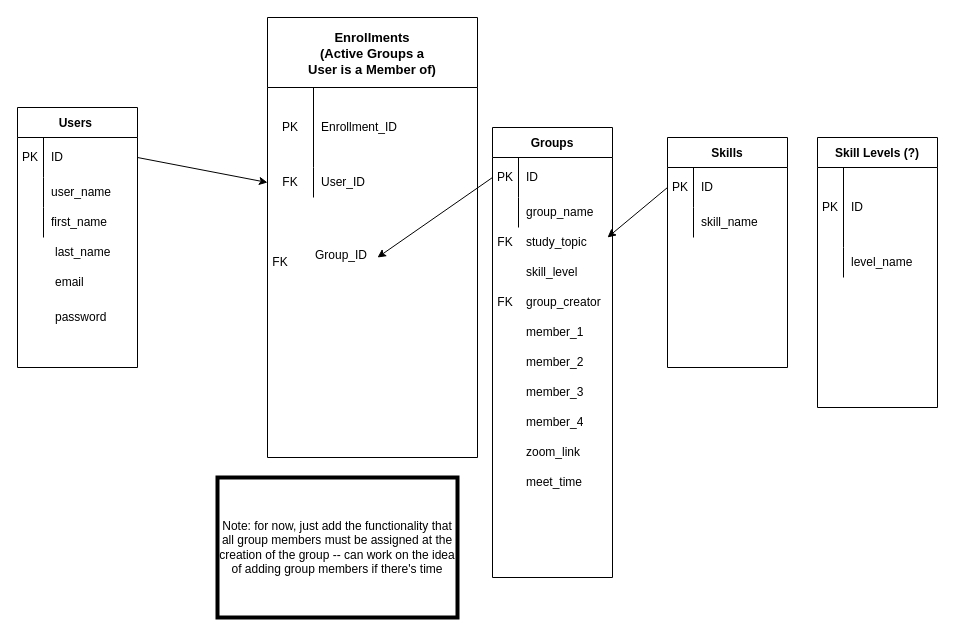
shawnbradyrobinson/study-group-maker keeps this draw.io diagram as erd/er.dio. Above is the earlier version. Source tidied: cells renumbered, new cells numbered last; positions are measured from the earlier drawing's top-left corner, leaving out a move shared by most shapes. Both pictures are drawn from the tidied source at 100%, with x=0, y=0 at pixel (17, 17).
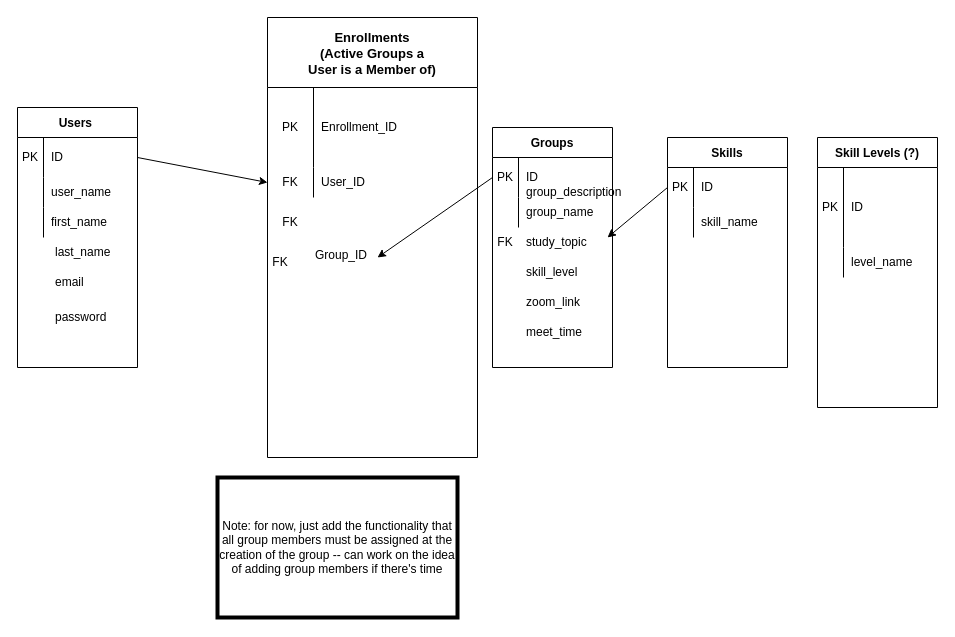
Above is the later version.

The edit, as a diff of the source:
```diff
@@
     <mxCell id="21" value="Groups" style="shape=table;startSize=30;childLayout=tableLayout;rowLines=0;fontStyle=1;" parent="1" vertex="1">
-      <mxGeometry x="475" y="110" width="120" height="450" as="geometry" />
+      <mxGeometry x="475" y="110" width="120" height="240" as="geometry" />
     </mxCell>
@@
-    <mxCell id="37" value="group_creator" style="shape=partialRectangle;html=1;whiteSpace=wrap;fillColor=none;top=0;left=0;bottom=0;right=0;align=left;spacingLeft=6;overflow=hidden;" parent="1" vertex="1">
-      <mxGeometry x="501" y="270" width="94" height="30" as="geometry" />
-    </mxCell>
     <mxCell id="38" value="FK" style="shape=partialRectangle;html=1;whiteSpace=wrap;fillColor=none;top=0;left=0;bottom=0;right=0;overflow=hidden;" parent="1" vertex="1">
-      <mxGeometry x="475" y="265" width="26" height="40" as="geometry" />
+      <mxGeometry x="260" y="185" width="26" height="40" as="geometry" />
     </mxCell>
@@
-    <mxCell id="54" value="member_1" style="shape=partialRectangle;html=1;whiteSpace=wrap;fillColor=none;top=0;left=0;bottom=0;right=0;align=left;spacingLeft=6;overflow=hidden;" parent="1" vertex="1">
-      <mxGeometry x="501" y="300" width="94" height="30" as="geometry" />
-    </mxCell>
-    <mxCell id="55" value="member_2" style="shape=partialRectangle;html=1;whiteSpace=wrap;fillColor=none;top=0;left=0;bottom=0;right=0;align=left;spacingLeft=6;overflow=hidden;" parent="1" vertex="1">
-      <mxGeometry x="501" y="330" width="94" height="30" as="geometry" />
-    </mxCell>
-    <mxCell id="56" value="member_3" style="shape=partialRectangle;html=1;whiteSpace=wrap;fillColor=none;top=0;left=0;bottom=0;right=0;align=left;spacingLeft=6;overflow=hidden;" parent="1" vertex="1">
-      <mxGeometry x="501" y="360" width="94" height="30" as="geometry" />
-    </mxCell>
-    <mxCell id="57" value="member_4" style="shape=partialRectangle;html=1;whiteSpace=wrap;fillColor=none;top=0;left=0;bottom=0;right=0;align=left;spacingLeft=6;overflow=hidden;" parent="1" vertex="1">
-      <mxGeometry x="501" y="390" width="94" height="30" as="geometry" />
-    </mxCell>
     <mxCell id="58" value="zoom_link" style="shape=partialRectangle;html=1;whiteSpace=wrap;fillColor=none;top=0;left=0;bottom=0;right=0;align=left;spacingLeft=6;overflow=hidden;" parent="1" vertex="1">
-      <mxGeometry x="501" y="420" width="94" height="30" as="geometry" />
+      <mxGeometry x="501" y="270" width="94" height="30" as="geometry" />
     </mxCell>
     <mxCell id="59" value="meet_time" style="shape=partialRectangle;html=1;whiteSpace=wrap;fillColor=none;top=0;left=0;bottom=0;right=0;align=left;spacingLeft=6;overflow=hidden;" parent="1" vertex="1">
-      <mxGeometry x="501" y="450" width="94" height="30" as="geometry" />
+      <mxGeometry x="501" y="300" width="94" height="30" as="geometry" />
     </mxCell>
@@
+    <mxCell id="61" value="group_description" style="shape=partialRectangle;html=1;whiteSpace=wrap;fillColor=none;top=0;left=0;bottom=0;right=0;align=left;spacingLeft=6;overflow=hidden;" parent="1" vertex="1">
+      <mxGeometry x="501" y="160" width="120" height="30" as="geometry" />
+    </mxCell>
```
